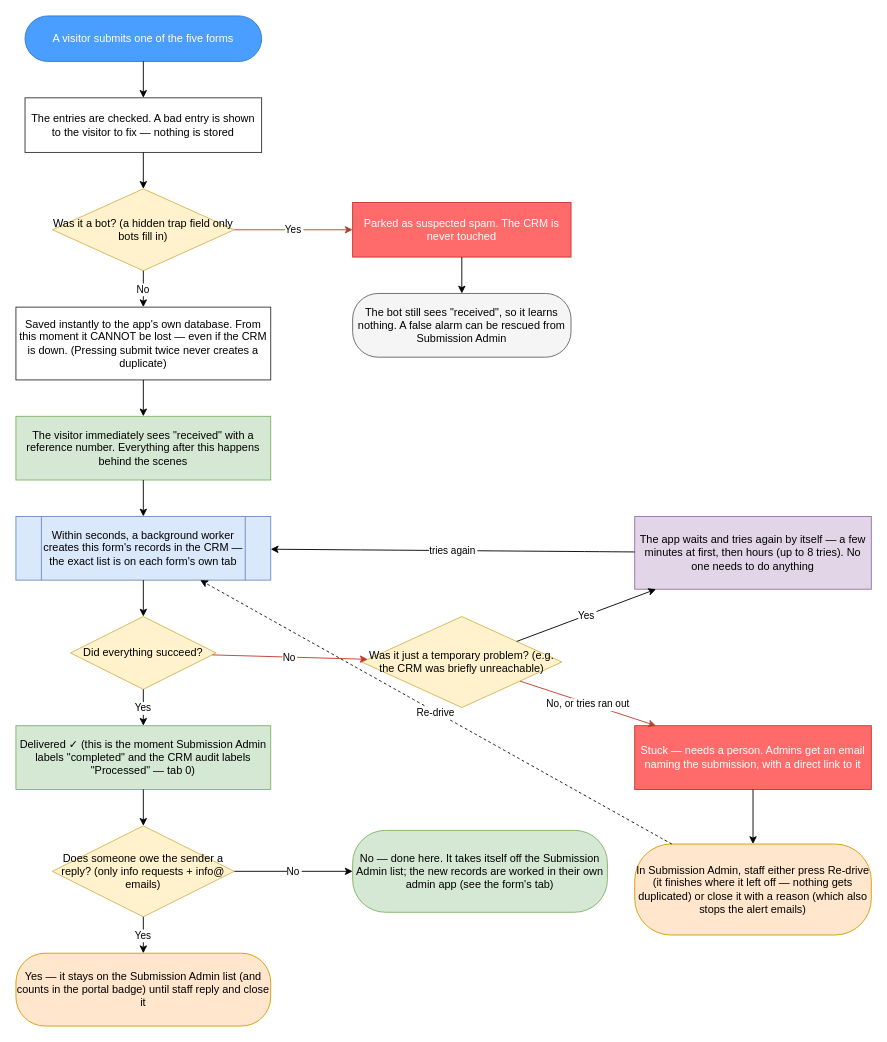
Earlier version of the draw.io diagram page "1 · Every web form — the journey" (2 of 8) of intake-processing-flow.drawio (dbower44022/cbm-client-intake). Source tidied: cells renumbered, new cells numbered last; positions are measured from the earlier drawing's top-left corner, leaving out a move shared by most shapes. Both pictures are drawn from the tidied source at 91%, with x=0, y=0 at pixel (15, 15).
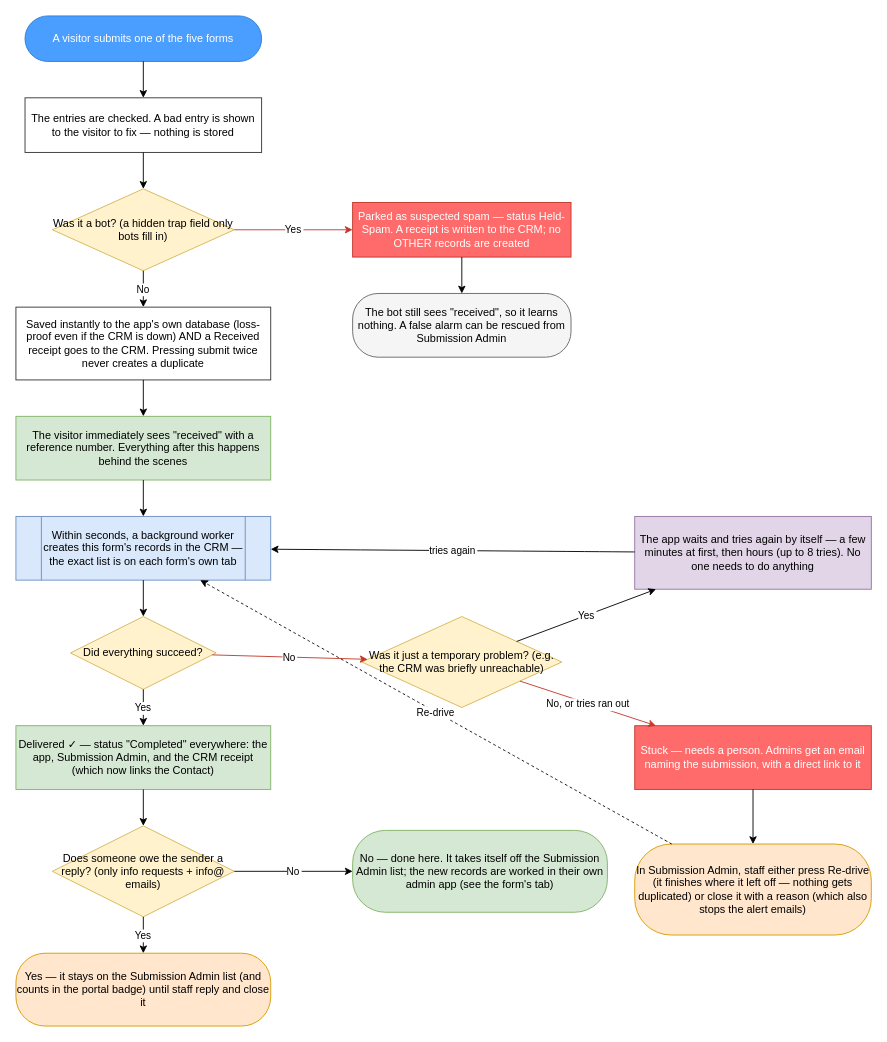
The same diagram, later.

What changed in the source:
```diff
@@
-    <mxCell id="5" value="Parked as suspected spam. The CRM is never touched" style="rounded=0;whiteSpace=wrap;html=1;fillColor=#FF6B6B;fontColor=#FFFFFF;strokeColor=#C0392B;" parent="1" vertex="1">
+    <mxCell id="5" value="Parked as suspected spam — status Held-Spam. A receipt is written to the CRM; no OTHER records are created" style="rounded=0;whiteSpace=wrap;html=1;fillColor=#FF6B6B;fontColor=#FFFFFF;strokeColor=#C0392B;" parent="1" vertex="1">
       <mxGeometry x="370" y="205" width="240" height="60" as="geometry" />
     </mxCell>
@@
-    <mxCell id="7" value="Saved instantly to the app's own database. From this moment it CANNOT be lost — even if the CRM is down. (Pressing submit twice never creates a duplicate)" style="rounded=0;whiteSpace=wrap;html=1;fillColor=#FFFFFF;strokeColor=#333333;" parent="1" vertex="1">
+    <mxCell id="7" value="Saved instantly to the app's own database (loss-proof even if the CRM is down) AND a Received receipt goes to the CRM. Pressing submit twice never creates a duplicate" style="rounded=0;whiteSpace=wrap;html=1;fillColor=#FFFFFF;strokeColor=#333333;" parent="1" vertex="1">
       <mxGeometry y="320" width="280" height="80" as="geometry" />
     </mxCell>
@@
-    <mxCell id="11" value="Delivered ✓  (this is the moment Submission Admin labels &quot;completed&quot; and the CRM audit labels &quot;Processed&quot; — tab 0)" style="rounded=0;whiteSpace=wrap;html=1;fillColor=#D5E8D4;strokeColor=#82B366;" parent="1" vertex="1">
+    <mxCell id="11" value="Delivered ✓ — status &quot;Completed&quot; everywhere: the app, Submission Admin, and the CRM receipt (which now links the Contact)" style="rounded=0;whiteSpace=wrap;html=1;fillColor=#D5E8D4;strokeColor=#82B366;" parent="1" vertex="1">
       <mxGeometry y="780" width="280" height="70" as="geometry" />
     </mxCell>
```
